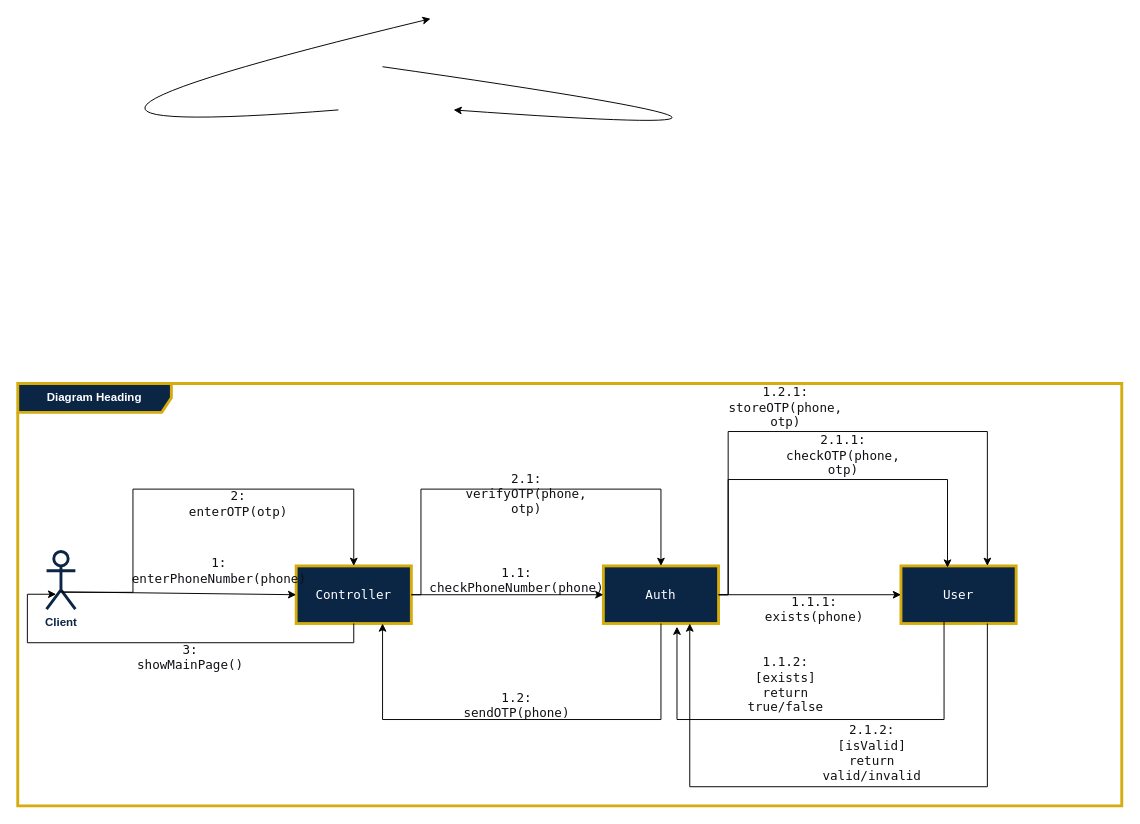
Earlier version of the draw.io diagram page "Page-1" (1 of 8) of Documentation/Analysis/Modeling/Behavioral Models/Communication Diagram.drawio (TnT74K/Project-SAD). Source tidied: cells renumbered, new cells numbered last; positions are measured from the earlier drawing's top-left corner, leaving out a move shared by most shapes. Both pictures are drawn from the tidied source at 96%, with x=0, y=0 at pixel (-88, 18).
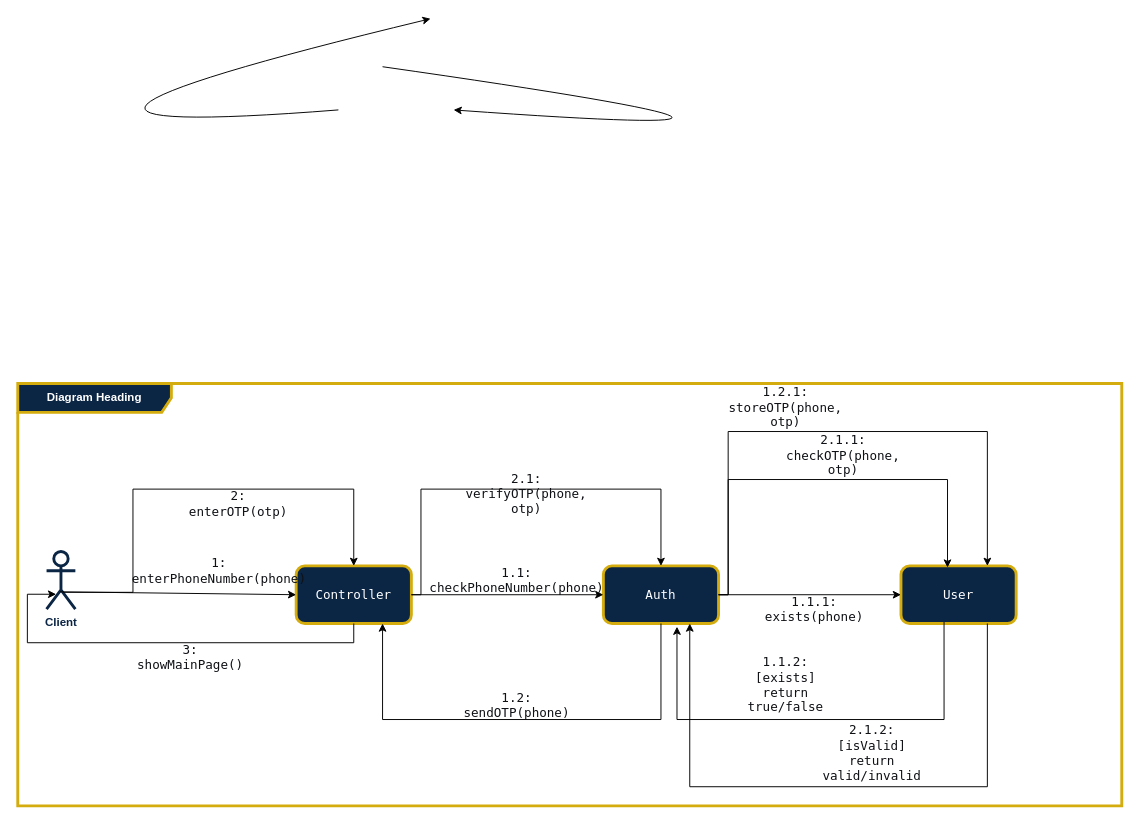
The same page after the edit.

The change refers to these unchanged cells:
```xml
<mxCell id="4" value="Diagram Heading" style="shape=umlFrame;whiteSpace=wrap;html=1;width=160;rounded=0;strokeColor=light-dark(#D4AC0D,#D4AC0D);strokeWidth=3;align=center;verticalAlign=middle;fontFamily=zain;fontSize=12;fontColor=light-dark(#FFFFFF,#FFFFFF);fontStyle=1;labelBackgroundColor=none;fillColor=light-dark(#0B2545,#0B2545);" parent="1" vertex="1">
  <mxGeometry x="110" y="380" width="1150" height="440" as="geometry" />
</mxCell>
```

What changed in the source:
```diff
@@
-    <mxCell id="6" value="&lt;span style=&quot;font-family: Menlo, Monaco, Consolas, &amp;quot;Cascadia Mono&amp;quot;, &amp;quot;Ubuntu Mono&amp;quot;, &amp;quot;DejaVu Sans Mono&amp;quot;, &amp;quot;Liberation Mono&amp;quot;, &amp;quot;JetBrains Mono&amp;quot;, &amp;quot;Fira Code&amp;quot;, Cousine, &amp;quot;Roboto Mono&amp;quot;, &amp;quot;Courier New&amp;quot;, Courier, sans-serif, system-ui; font-size: 13.125px; font-weight: 400; text-align: start;&quot;&gt;Controller&lt;/span&gt;" style="rounded=0;whiteSpace=wrap;html=1;strokeColor=light-dark(#D4AC0D,#D4AC0D);strokeWidth=3;align=center;verticalAlign=middle;fontFamily=zain;fontSize=12;fontColor=light-dark(#FFFFFF,#FFFFFF);fontStyle=1;labelBackgroundColor=none;fillColor=light-dark(#0B2545,#0B2545);" parent="4" vertex="1">
+    <mxCell id="6" value="&lt;span style=&quot;font-family: Menlo, Monaco, Consolas, &amp;quot;Cascadia Mono&amp;quot;, &amp;quot;Ubuntu Mono&amp;quot;, &amp;quot;DejaVu Sans Mono&amp;quot;, &amp;quot;Liberation Mono&amp;quot;, &amp;quot;JetBrains Mono&amp;quot;, &amp;quot;Fira Code&amp;quot;, Cousine, &amp;quot;Roboto Mono&amp;quot;, &amp;quot;Courier New&amp;quot;, Courier, sans-serif, system-ui; font-size: 13.125px; font-weight: 400; text-align: start;&quot;&gt;Controller&lt;/span&gt;" style="rounded=1;whiteSpace=wrap;html=1;strokeColor=light-dark(#D4AC0D,#D4AC0D);strokeWidth=3;align=center;verticalAlign=middle;fontFamily=zain;fontSize=12;fontColor=light-dark(#FFFFFF,#FFFFFF);fontStyle=1;labelBackgroundColor=none;fillColor=light-dark(#0B2545,#0B2545);" parent="4" vertex="1">
       <mxGeometry x="290" y="190" width="120" height="60" as="geometry" />
     </mxCell>
-    <mxCell id="7" value="&lt;span style=&quot;font-family: Menlo, Monaco, Consolas, &amp;quot;Cascadia Mono&amp;quot;, &amp;quot;Ubuntu Mono&amp;quot;, &amp;quot;DejaVu Sans Mono&amp;quot;, &amp;quot;Liberation Mono&amp;quot;, &amp;quot;JetBrains Mono&amp;quot;, &amp;quot;Fira Code&amp;quot;, Cousine, &amp;quot;Roboto Mono&amp;quot;, &amp;quot;Courier New&amp;quot;, Courier, sans-serif, system-ui; font-size: 13.125px; font-weight: 400; text-align: start;&quot;&gt;Auth&lt;/span&gt;" style="rounded=0;whiteSpace=wrap;html=1;strokeColor=light-dark(#D4AC0D,#D4AC0D);strokeWidth=3;align=center;verticalAlign=middle;fontFamily=zain;fontSize=12;fontColor=light-dark(#FFFFFF,#FFFFFF);fontStyle=1;labelBackgroundColor=none;fillColor=light-dark(#0B2545,#0B2545);" parent="4" vertex="1">
+    <mxCell id="7" value="&lt;span style=&quot;font-family: Menlo, Monaco, Consolas, &amp;quot;Cascadia Mono&amp;quot;, &amp;quot;Ubuntu Mono&amp;quot;, &amp;quot;DejaVu Sans Mono&amp;quot;, &amp;quot;Liberation Mono&amp;quot;, &amp;quot;JetBrains Mono&amp;quot;, &amp;quot;Fira Code&amp;quot;, Cousine, &amp;quot;Roboto Mono&amp;quot;, &amp;quot;Courier New&amp;quot;, Courier, sans-serif, system-ui; font-size: 13.125px; font-weight: 400; text-align: start;&quot;&gt;Auth&lt;/span&gt;" style="rounded=1;whiteSpace=wrap;html=1;strokeColor=light-dark(#D4AC0D,#D4AC0D);strokeWidth=3;align=center;verticalAlign=middle;fontFamily=zain;fontSize=12;fontColor=light-dark(#FFFFFF,#FFFFFF);fontStyle=1;labelBackgroundColor=none;fillColor=light-dark(#0B2545,#0B2545);" parent="4" vertex="1">
       <mxGeometry x="610" y="190" width="120" height="60" as="geometry" />
     </mxCell>
-    <mxCell id="8" value="&lt;span style=&quot;font-family: Menlo, Monaco, Consolas, &amp;quot;Cascadia Mono&amp;quot;, &amp;quot;Ubuntu Mono&amp;quot;, &amp;quot;DejaVu Sans Mono&amp;quot;, &amp;quot;Liberation Mono&amp;quot;, &amp;quot;JetBrains Mono&amp;quot;, &amp;quot;Fira Code&amp;quot;, Cousine, &amp;quot;Roboto Mono&amp;quot;, &amp;quot;Courier New&amp;quot;, Courier, sans-serif, system-ui; font-size: 13.125px; font-weight: 400; text-align: start;&quot;&gt;User&lt;/span&gt;" style="rounded=0;whiteSpace=wrap;html=1;strokeColor=light-dark(#D4AC0D,#D4AC0D);strokeWidth=3;align=center;verticalAlign=middle;fontFamily=zain;fontSize=12;fontColor=light-dark(#FFFFFF,#FFFFFF);fontStyle=1;labelBackgroundColor=none;fillColor=light-dark(#0B2545,#0B2545);" parent="4" vertex="1">
+    <mxCell id="8" value="&lt;span style=&quot;font-family: Menlo, Monaco, Consolas, &amp;quot;Cascadia Mono&amp;quot;, &amp;quot;Ubuntu Mono&amp;quot;, &amp;quot;DejaVu Sans Mono&amp;quot;, &amp;quot;Liberation Mono&amp;quot;, &amp;quot;JetBrains Mono&amp;quot;, &amp;quot;Fira Code&amp;quot;, Cousine, &amp;quot;Roboto Mono&amp;quot;, &amp;quot;Courier New&amp;quot;, Courier, sans-serif, system-ui; font-size: 13.125px; font-weight: 400; text-align: start;&quot;&gt;User&lt;/span&gt;" style="rounded=1;whiteSpace=wrap;html=1;strokeColor=light-dark(#D4AC0D,#D4AC0D);strokeWidth=3;align=center;verticalAlign=middle;fontFamily=zain;fontSize=12;fontColor=light-dark(#FFFFFF,#FFFFFF);fontStyle=1;labelBackgroundColor=none;fillColor=light-dark(#0B2545,#0B2545);" parent="4" vertex="1">
       <mxGeometry x="920" y="190" width="120" height="60" as="geometry" />
     </mxCell>
```
